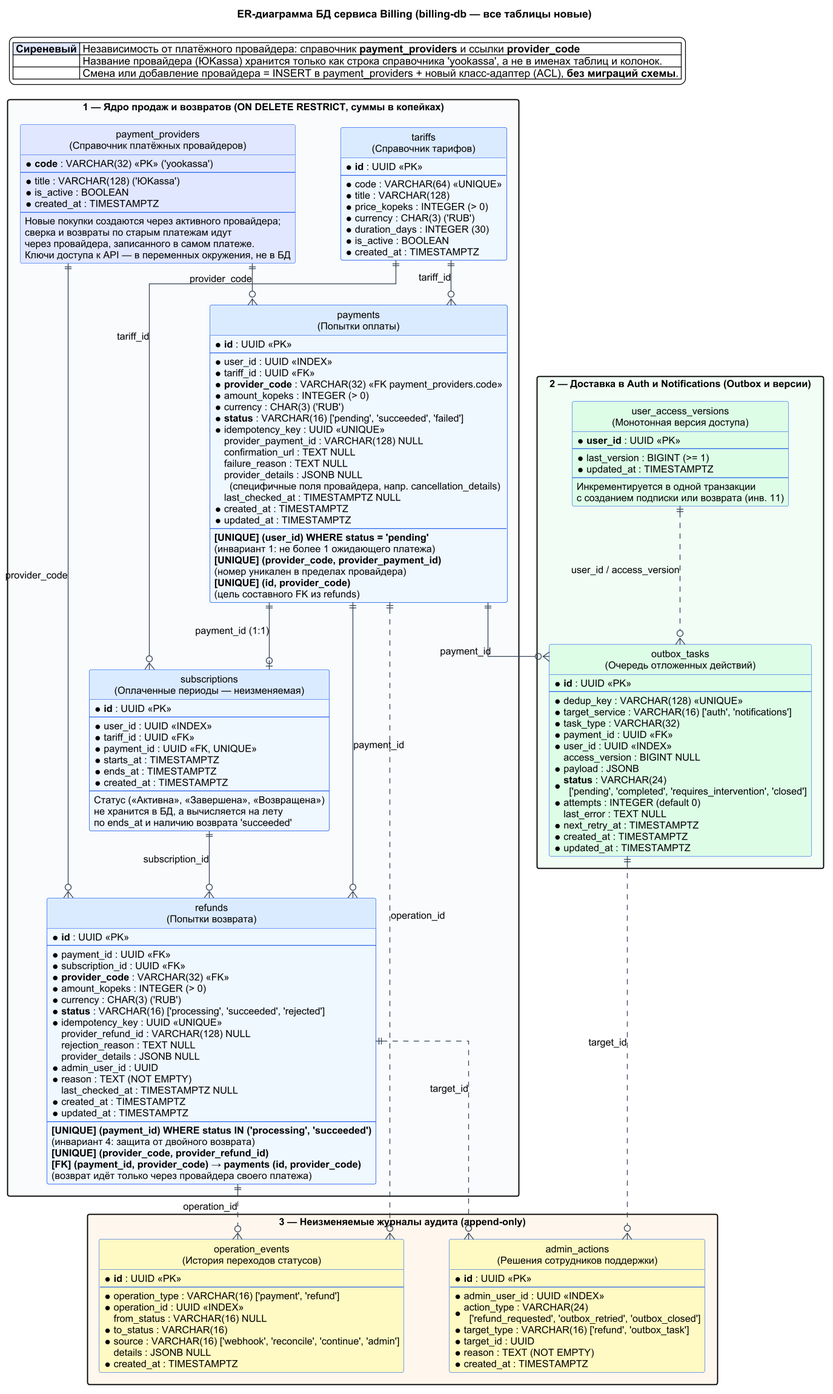
feodal01/graduate_work keeps this PlantUML diagram as docs/diagrams/billing/12-er-billing-db.png. Above is the earlier version. The source it was exported from:
```plantuml
@startuml 12-er-billing-db

hide circle
skinparam linetype ortho
skinparam backgroundColor #FFFFFF
skinparam defaultFontName Arial
skinparam defaultFontSize 13
skinparam dpi 120
skinparam nodesep 60
skinparam ranksep 55
skinparam packageStyle rectangle

skinparam class {
    BackgroundColor #EFF6FF
    HeaderBackgroundColor #DBEAFE
    BorderColor #2563EB
    ArrowColor #334155
}

title ER-диаграмма БД сервиса Billing (billing-db — все таблицы новые)

legend top left
  |<#E0E7FF> **Сиреневый** | Независимость от платёжного провайдера: справочник **payment_providers** и ссылки **provider_code** |
  | | Название провайдера (ЮKassa) хранится только как строка справочника 'yookassa', а не в именах таблиц и колонок. |
  | | Смена или добавление провайдера = INSERT в payment_providers + новый класс-адаптер (ACL), **без миграций схемы**. |
endlegend

package "1 — Ядро продаж и возвратов (ON DELETE RESTRICT, суммы в копейках)" #F8FAFC {

    entity "payment_providers\n(Справочник платёжных провайдеров)" as providers #E0E7FF {
        * **code** : VARCHAR(32) <<PK>> ('yookassa')
        --
        * title : VARCHAR(128) ('ЮKassa')
        * is_active : BOOLEAN
        * created_at : TIMESTAMPTZ
        --
        Новые покупки создаются через активного провайдера;\nсверка и возвраты по старым платежам идут\nчерез провайдера, записанного в самом платеже.\nКлючи доступа к API — в переменных окружения, не в БД
    }

    entity "tariffs\n(Справочник тарифов)" as tariffs {
        * **id** : UUID <<PK>>
        --
        * code : VARCHAR(64) <<UNIQUE>>
        * title : VARCHAR(128)
        * price_kopeks : INTEGER (> 0)
        * currency : CHAR(3) ('RUB')
        * duration_days : INTEGER (30)
        * is_active : BOOLEAN
        * created_at : TIMESTAMPTZ
    }

    entity "payments\n(Попытки оплаты)" as payments {
        * **id** : UUID <<PK>>
        --
        * user_id : UUID <<INDEX>>
        * tariff_id : UUID <<FK>>
        * **provider_code** : VARCHAR(32) <<FK payment_providers.code>>
        * amount_kopeks : INTEGER (> 0)
        * currency : CHAR(3) ('RUB')
        * **status** : VARCHAR(16) ['pending', 'succeeded', 'failed']
        * idempotency_key : UUID <<UNIQUE>>
        provider_payment_id : VARCHAR(128) NULL
        confirmation_url : TEXT NULL
        failure_reason : TEXT NULL
        provider_details : JSONB NULL\n  (специфичные поля провайдера, напр. cancellation_details)
        last_checked_at : TIMESTAMPTZ NULL
        * created_at : TIMESTAMPTZ
        * updated_at : TIMESTAMPTZ
        --
        **[UNIQUE] (user_id) WHERE status = 'pending'**\n(инвариант 1: не более 1 ожидающего платежа)
        **[UNIQUE] (provider_code, provider_payment_id)**\n(номер уникален в пределах провайдера)
        **[UNIQUE] (id, provider_code)**\n(цель составного FK из refunds)
    }

    entity "subscriptions\n(Оплаченные периоды — неизменяемая)" as subscriptions {
        * **id** : UUID <<PK>>
        --
        * user_id : UUID <<INDEX>>
        * tariff_id : UUID <<FK>>
        * payment_id : UUID <<FK, UNIQUE>>
        * starts_at : TIMESTAMPTZ
        * ends_at : TIMESTAMPTZ
        * created_at : TIMESTAMPTZ
        --
        Статус («Активна», «Завершена», «Возвращена»)\nне хранится в БД, а вычисляется на лету\nпо ends_at и наличию возврата 'succeeded'
    }

    entity "refunds\n(Попытки возврата)" as refunds {
        * **id** : UUID <<PK>>
        --
        * payment_id : UUID <<FK>>
        * subscription_id : UUID <<FK>>
        * **provider_code** : VARCHAR(32) <<FK>>
        * amount_kopeks : INTEGER (> 0)
        * currency : CHAR(3) ('RUB')
        * **status** : VARCHAR(16) ['processing', 'succeeded', 'rejected']
        * idempotency_key : UUID <<UNIQUE>>
        provider_refund_id : VARCHAR(128) NULL
        rejection_reason : TEXT NULL
        provider_details : JSONB NULL
        * admin_user_id : UUID
        * reason : TEXT (NOT EMPTY)
        last_checked_at : TIMESTAMPTZ NULL
        * created_at : TIMESTAMPTZ
        * updated_at : TIMESTAMPTZ
        --
        **[UNIQUE] (payment_id) WHERE status IN ('processing', 'succeeded')**\n(инвариант 4: защита от двойного возврата)
        **[UNIQUE] (provider_code, provider_refund_id)**
        **[FK] (payment_id, provider_code) → payments (id, provider_code)**\n(возврат идёт только через провайдера своего платежа)
    }
}

package "2 — Доставка в Auth и Notifications (Outbox и версии)" #F0FDF4 {

    entity "user_access_versions\n(Монотонная версия доступа)" as access_versions #DCFCE7 {
        * **user_id** : UUID <<PK>>
        --
        * last_version : BIGINT (>= 1)
        * updated_at : TIMESTAMPTZ
        --
        Инкрементируется в одной транзакции\nс созданием подписки или возврата (инв. 11)
    }

    entity "outbox_tasks\n(Очередь отложенных действий)" as outbox_tasks #DCFCE7 {
        * **id** : UUID <<PK>>
        --
        * dedup_key : VARCHAR(128) <<UNIQUE>>
        * target_service : VARCHAR(16) ['auth', 'notifications']
        * task_type : VARCHAR(32)
        * payment_id : UUID <<FK>>
        * user_id : UUID <<INDEX>>
        access_version : BIGINT NULL
        * payload : JSONB
        * **status** : VARCHAR(24)\n  ['pending', 'completed', 'requires_intervention', 'closed']
        * attempts : INTEGER (default 0)
        last_error : TEXT NULL
        * next_retry_at : TIMESTAMPTZ
        * created_at : TIMESTAMPTZ
        * updated_at : TIMESTAMPTZ
    }
}

package "3 — Неизменяемые журналы аудита (append-only)" #FFF7ED {

    entity "operation_events\n(История переходов статусов)" as op_events #FEF9C3 {
        * **id** : UUID <<PK>>
        --
        * operation_type : VARCHAR(16) ['payment', 'refund']
        * operation_id : UUID <<INDEX>>
        from_status : VARCHAR(16) NULL
        * to_status : VARCHAR(16)
        * source : VARCHAR(16) ['webhook', 'reconcile', 'continue', 'admin']
        details : JSONB NULL
        * created_at : TIMESTAMPTZ
    }

    entity "admin_actions\n(Решения сотрудников поддержки)" as admin_actions #FEF9C3 {
        * **id** : UUID <<PK>>
        --
        * admin_user_id : UUID <<INDEX>>
        * action_type : VARCHAR(24)\n  ['refund_requested', 'outbox_retried', 'outbox_closed']
        * target_type : VARCHAR(16) ['refund', 'outbox_task']
        * target_id : UUID
        * reason : TEXT (NOT EMPTY)
        * created_at : TIMESTAMPTZ
    }
}

providers ||--o{ payments : "provider_code"
providers ||--o{ refunds : "provider_code"
tariffs ||--o{ payments : "tariff_id"
tariffs ||--o{ subscriptions : "tariff_id"
payments ||--o| subscriptions : "payment_id (1:1)"
payments ||--o{ refunds : "payment_id"
subscriptions ||--o{ refunds : "subscription_id"
payments ||--o{ outbox_tasks : "payment_id"
access_versions ||..o{ outbox_tasks : "user_id / access_version"
payments ||..o{ op_events : "operation_id"
refunds ||..o{ op_events : "operation_id"
refunds ||..o{ admin_actions : "target_id"
outbox_tasks ||..o{ admin_actions : "target_id"

@enduml
```
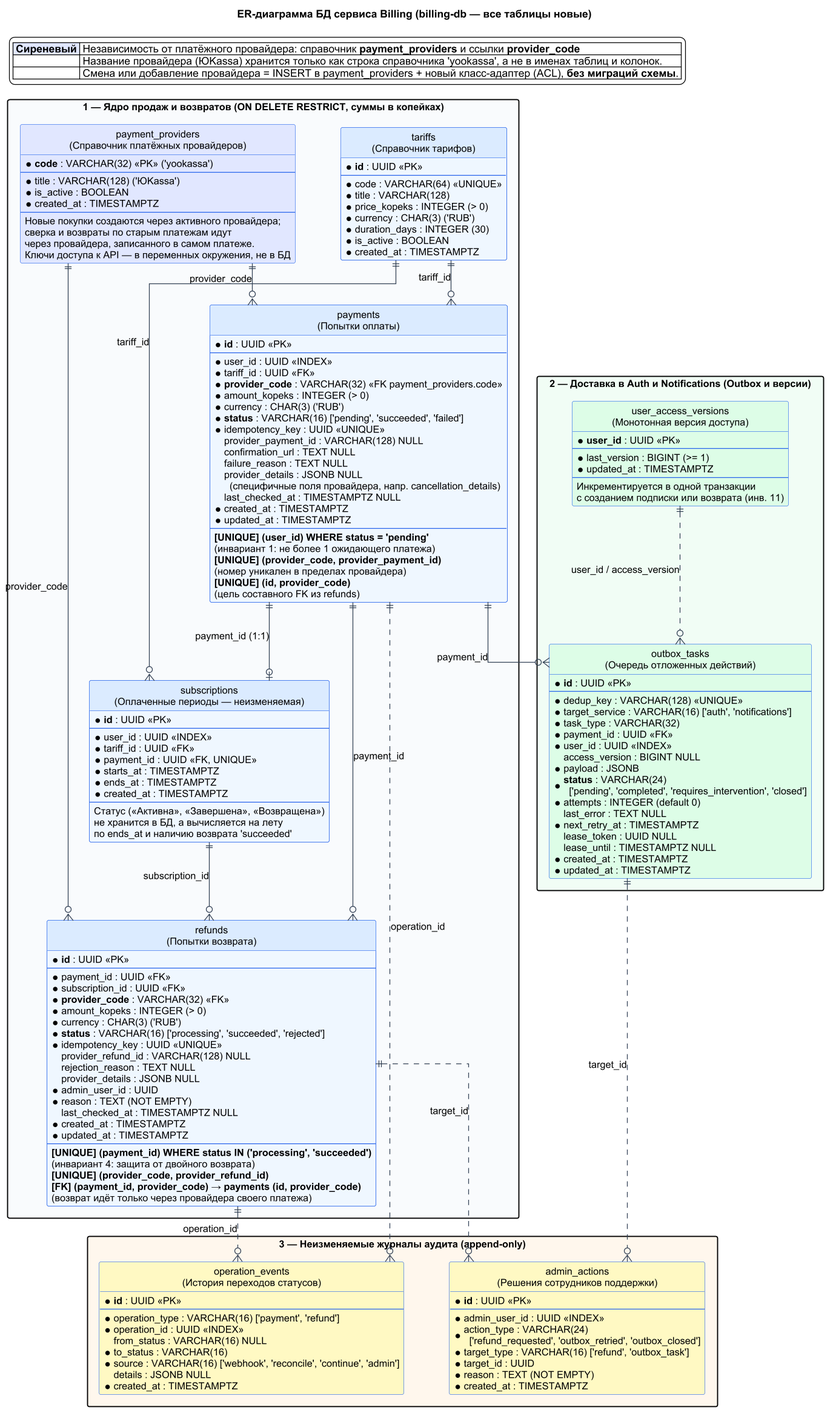
Later version of the same file.

Change to the diagram source:
```diff
@@ -135,6 +135,8 @@
         * attempts : INTEGER (default 0)
         last_error : TEXT NULL
         * next_retry_at : TIMESTAMPTZ
+        lease_token : UUID NULL
+        lease_until : TIMESTAMPTZ NULL
         * created_at : TIMESTAMPTZ
         * updated_at : TIMESTAMPTZ
     }
```
